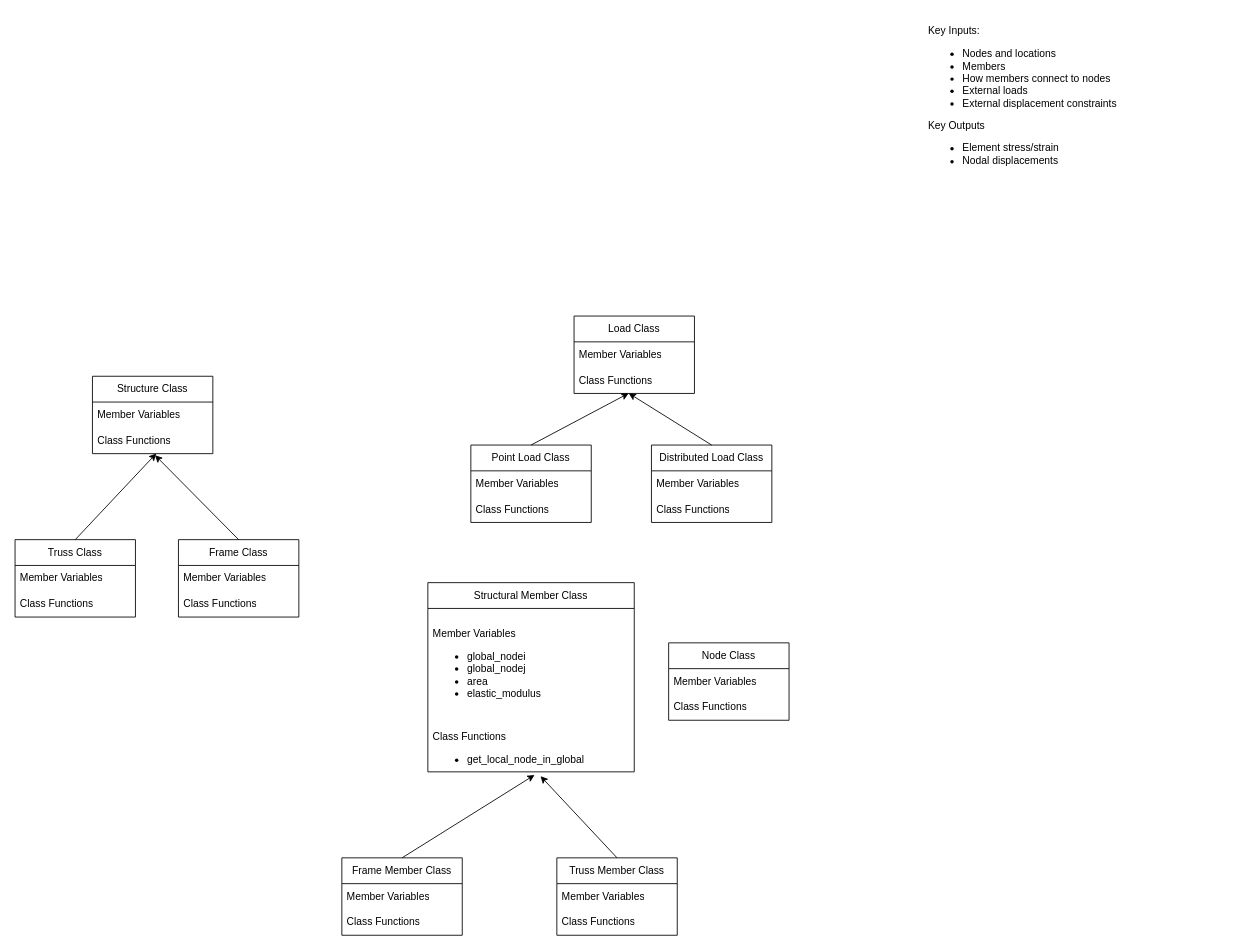
Before: Program Structure.drawio in nickmenz/PySAP, a draw.io diagram. Source tidied: cells renumbered, new cells numbered last; positions are measured from the earlier drawing's top-left corner, leaving out a move shared by most shapes. Both pictures are drawn from the tidied source at 86%, with x=0, y=0 at pixel (15, 32).
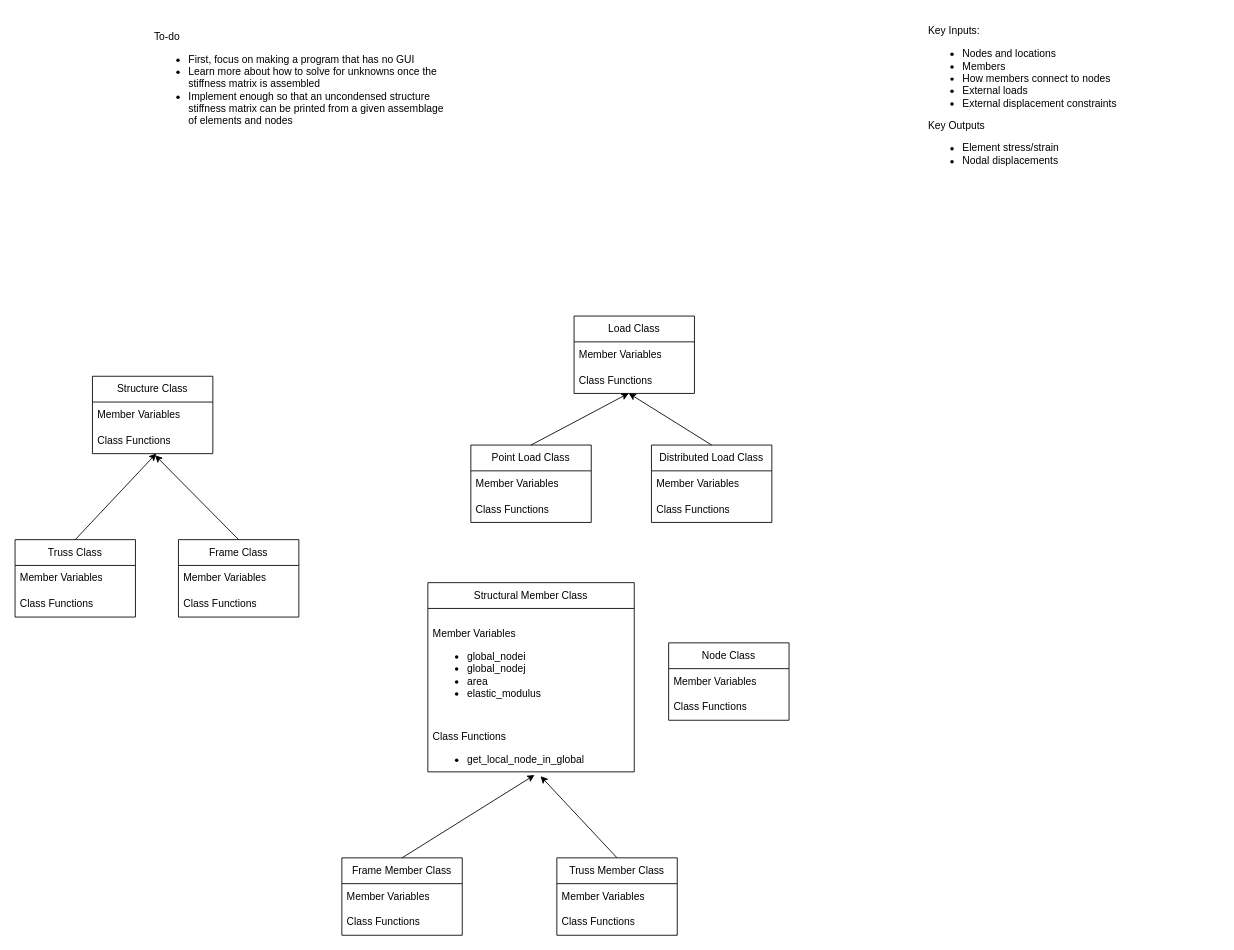
The same diagram, later.

Change to the diagram source:
```diff
@@
+    <mxCell id="39" value="To-do&lt;br&gt;&lt;ul&gt;&lt;li&gt;First, focus on making a program that has no GUI&lt;/li&gt;&lt;li&gt;Learn more about how to solve for unknowns once the stiffness matrix is assembled&lt;/li&gt;&lt;li&gt;Implement enough so that an uncondensed structure stiffness matrix can be printed from a given assemblage of elements and nodes&lt;/li&gt;&lt;/ul&gt;" style="text;html=1;strokeColor=none;fillColor=none;align=left;verticalAlign=middle;whiteSpace=wrap;rounded=0;" parent="1" vertex="1">
+      <mxGeometry x="160" y="-20" width="340" height="160" as="geometry" />
+    </mxCell>
```
